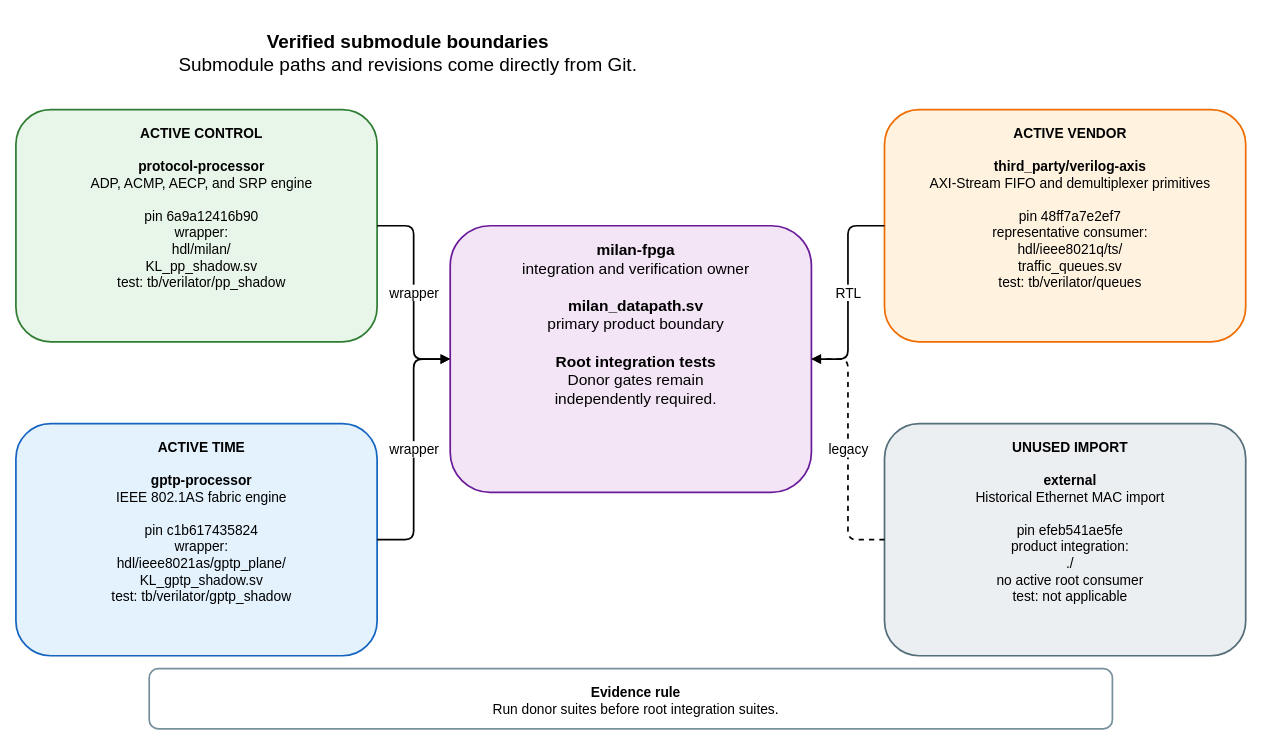
Before: docs/diagrams/submodule_boundaries.drawio in kebag-logic/milan-fpga, a draw.io diagram. Source tidied: cells renumbered, new cells numbered last; positions are measured from the earlier drawing's top-left corner, leaving out a move shared by most shapes. Both pictures are drawn from the tidied source at 86%, with x=0, y=0 at pixel (15, 15).
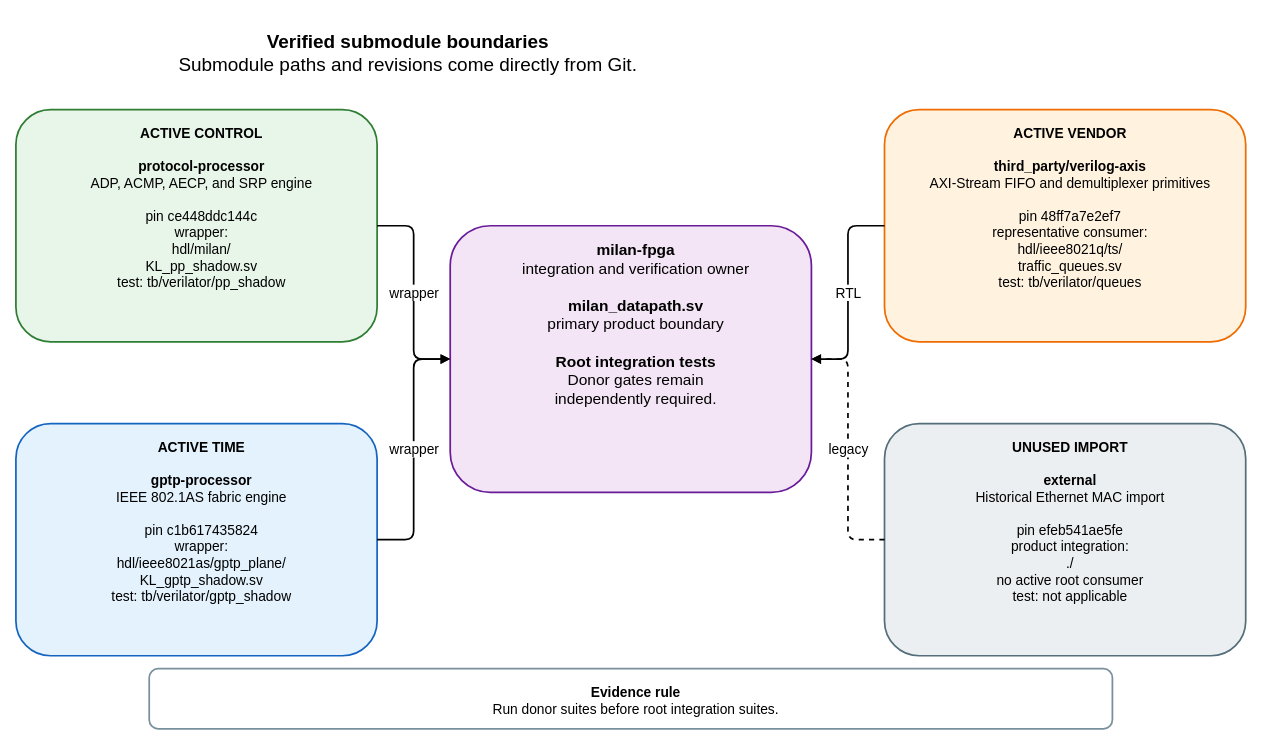
Above is the later version.

Change to the diagram source:
```diff
@@
 <mxGraphModel>
   <root>
     <mxCell id="0" />
     <mxCell id="1" parent="0" />
     <mxCell id="2" value="&lt;b&gt;Verified submodule boundaries&lt;/b&gt;&lt;br&gt;Submodule paths and revisions come directly from Git." style="rounded=1;whiteSpace=wrap;html=1;verticalAlign=top;spacingTop=12;spacingLeft=12;fontSize=22;fontFamily=Helvetica;fillColor=none;strokeColor=none;strokeWidth=2;" parent="1" vertex="1">
       <mxGeometry width="900" height="65" as="geometry" />
     </mxCell>
     <mxCell id="3" value="&lt;b&gt;milan-fpga&lt;/b&gt;&lt;br&gt;integration and verification owner&lt;br&gt;&lt;br&gt;&lt;b&gt;milan_datapath.sv&lt;/b&gt;&lt;br&gt;primary product boundary&lt;br&gt;&lt;br&gt;&lt;b&gt;Root integration tests&lt;/b&gt;&lt;br&gt;Donor gates remain&lt;br&gt;independently required." style="rounded=1;whiteSpace=wrap;html=1;verticalAlign=top;spacingTop=12;spacingLeft=12;fontSize=18;fontFamily=Helvetica;fillColor=#F3E5F5;strokeColor=#6A1B9A;strokeWidth=2;" parent="1" vertex="1">
       <mxGeometry x="505" y="245" width="420" height="310" as="geometry" />
     </mxCell>
-    <mxCell id="4" value="&lt;b&gt;ACTIVE CONTROL&lt;/b&gt;&lt;br&gt;&lt;br&gt;&lt;b&gt;protocol-processor&lt;/b&gt;&lt;br&gt;ADP, ACMP, AECP, and SRP engine&lt;br&gt;&lt;br&gt;pin 6a9a12416b90&lt;br&gt;wrapper:&lt;br&gt;hdl/milan/&lt;br&gt;KL_pp_shadow.sv&lt;br&gt;test: tb/verilator/pp_shadow" style="rounded=1;whiteSpace=wrap;html=1;verticalAlign=top;spacingTop=12;spacingLeft=12;fontSize=16;fontFamily=Helvetica;fillColor=#E8F5E9;strokeColor=#2E7D32;strokeWidth=2;" parent="1" vertex="1">
+    <mxCell id="4" value="&lt;b&gt;ACTIVE CONTROL&lt;/b&gt;&lt;br&gt;&lt;br&gt;&lt;b&gt;protocol-processor&lt;/b&gt;&lt;br&gt;ADP, ACMP, AECP, and SRP engine&lt;br&gt;&lt;br&gt;pin ce448ddc144c&lt;br&gt;wrapper:&lt;br&gt;hdl/milan/&lt;br&gt;KL_pp_shadow.sv&lt;br&gt;test: tb/verilator/pp_shadow" style="rounded=1;whiteSpace=wrap;html=1;verticalAlign=top;spacingTop=12;spacingLeft=12;fontSize=16;fontFamily=Helvetica;fillColor=#E8F5E9;strokeColor=#2E7D32;strokeWidth=2;" parent="1" vertex="1">
       <mxGeometry y="110" width="420" height="270" as="geometry" />
     </mxCell>
     <mxCell id="5" value="&lt;b&gt;ACTIVE TIME&lt;/b&gt;&lt;br&gt;&lt;br&gt;&lt;b&gt;gptp-processor&lt;/b&gt;&lt;br&gt;IEEE 802.1AS fabric engine&lt;br&gt;&lt;br&gt;pin c1b617435824&lt;br&gt;wrapper:&lt;br&gt;hdl/ieee8021as/gptp_plane/&lt;br&gt;KL_gptp_shadow.sv&lt;br&gt;test: tb/verilator/gptp_shadow" style="rounded=1;whiteSpace=wrap;html=1;verticalAlign=top;spacingTop=12;spacingLeft=12;fontSize=16;fontFamily=Helvetica;fillColor=#E3F2FD;strokeColor=#1565C0;strokeWidth=2;" parent="1" vertex="1">
       <mxGeometry y="475" width="420" height="270" as="geometry" />
     </mxCell>
     <mxCell id="6" value="&lt;b&gt;ACTIVE VENDOR&lt;/b&gt;&lt;br&gt;&lt;br&gt;&lt;b&gt;third_party/verilog-axis&lt;/b&gt;&lt;br&gt;AXI-Stream FIFO and demultiplexer primitives&lt;br&gt;&lt;br&gt;pin 48ff7a7e2ef7&lt;br&gt;representative consumer:&lt;br&gt;hdl/ieee8021q/ts/&lt;br&gt;traffic_queues.sv&lt;br&gt;test: tb/verilator/queues" style="rounded=1;whiteSpace=wrap;html=1;verticalAlign=top;spacingTop=12;spacingLeft=12;fontSize=16;fontFamily=Helvetica;fillColor=#FFF3E0;strokeColor=#EF6C00;strokeWidth=2;" parent="1" vertex="1">
       <mxGeometry x="1010" y="110" width="420" height="270" as="geometry" />
     </mxCell>
     <mxCell id="7" value="&lt;b&gt;UNUSED IMPORT&lt;/b&gt;&lt;br&gt;&lt;br&gt;&lt;b&gt;external&lt;/b&gt;&lt;br&gt;Historical Ethernet MAC import&lt;br&gt;&lt;br&gt;pin efeb541ae5fe&lt;br&gt;product integration:&lt;br&gt;./&lt;br&gt;no active root consumer&lt;br&gt;test: not applicable" style="rounded=1;whiteSpace=wrap;html=1;verticalAlign=top;spacingTop=12;spacingLeft=12;fontSize=16;fontFamily=Helvetica;fillColor=#ECEFF1;strokeColor=#546E7A;strokeWidth=2;" parent="1" vertex="1">
       <mxGeometry x="1010" y="475" width="420" height="270" as="geometry" />
     </mxCell>
     <mxCell id="8" value="wrapper" style="edgeStyle=orthogonalEdgeStyle;rounded=1;jettySize=auto;html=1;endArrow=block;endFill=1;strokeWidth=2;fontSize=16;fontFamily=Helvetica;labelBackgroundColor=#FFFFFF;" parent="1" edge="1" source="4" target="3">
       <mxGeometry relative="1" as="geometry" />
     </mxCell>
     <mxCell id="9" value="wrapper" style="edgeStyle=orthogonalEdgeStyle;rounded=1;jettySize=auto;html=1;endArrow=block;endFill=1;strokeWidth=2;fontSize=16;fontFamily=Helvetica;labelBackgroundColor=#FFFFFF;" parent="1" edge="1" source="5" target="3">
       <mxGeometry relative="1" as="geometry" />
     </mxCell>
     <mxCell id="10" value="RTL" style="edgeStyle=orthogonalEdgeStyle;rounded=1;jettySize=auto;html=1;endArrow=block;endFill=1;strokeWidth=2;fontSize=16;fontFamily=Helvetica;labelBackgroundColor=#FFFFFF;" parent="1" edge="1" source="6" target="3">
       <mxGeometry relative="1" as="geometry" />
     </mxCell>
     <mxCell id="11" value="legacy" style="edgeStyle=orthogonalEdgeStyle;rounded=1;jettySize=auto;html=1;endArrow=block;endFill=1;strokeWidth=2;fontSize=16;fontFamily=Helvetica;labelBackgroundColor=#FFFFFF;dashed=1;" parent="1" edge="1" source="7" target="3">
       <mxGeometry relative="1" as="geometry" />
     </mxCell>
     <mxCell id="12" value="&lt;b&gt;Evidence rule&lt;/b&gt;&lt;br&gt;Run donor suites before root integration suites." style="rounded=1;whiteSpace=wrap;html=1;verticalAlign=top;spacingTop=12;spacingLeft=12;fontSize=16;fontFamily=Helvetica;fillColor=#FFFFFF;strokeColor=#78909C;strokeWidth=2;" parent="1" vertex="1">
       <mxGeometry x="155" y="760" width="1120" height="70" as="geometry" />
     </mxCell>
   </root>
 </mxGraphModel>
```
